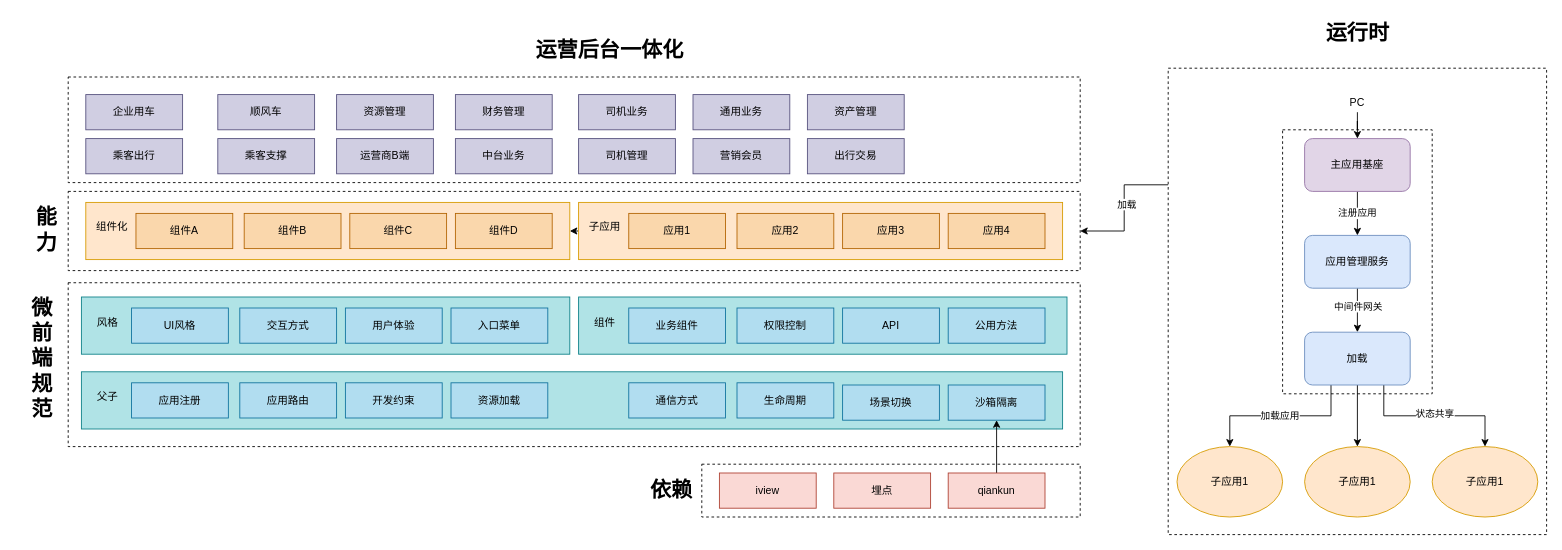
sfyr111/draw keeps this draw.io diagram as 统一工作台.drawio. Above is the earlier version. Source tidied: cells renumbered, new cells numbered last; positions are measured from the earlier drawing's top-left corner, leaving out a move shared by most shapes. Both pictures are drawn from the tidied source at 88%, with x=0, y=0 at pixel (15, 15).
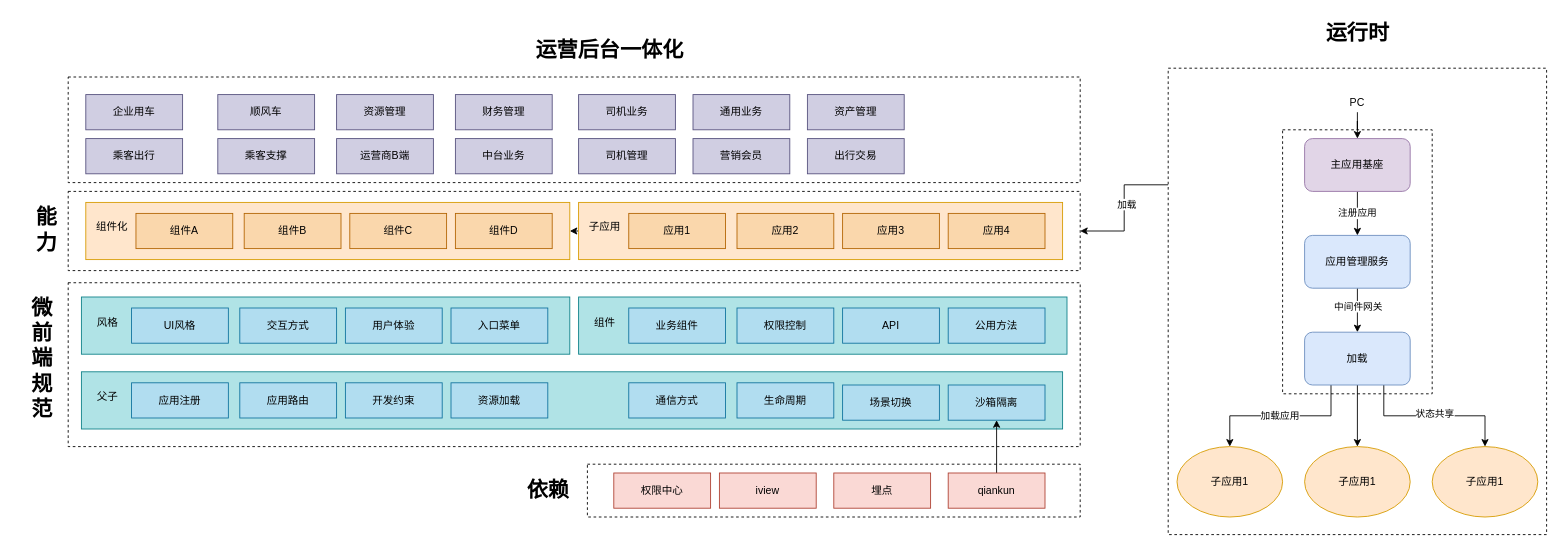
After the change.

What changed in the source:
```diff
@@
     <mxCell id="2" style="rounded=0;whiteSpace=wrap;html=1;dashed=1;" parent="1" vertex="1">
-      <mxGeometry x="780" y="510" width="430" height="60" as="geometry" />
+      <mxGeometry x="650" y="510" width="560" height="60" as="geometry" />
     </mxCell>
@@
     <mxCell id="66" value="依赖" style="text;strokeColor=none;fillColor=none;html=1;fontSize=24;fontStyle=1;verticalAlign=middle;align=center;" parent="1" vertex="1">
-      <mxGeometry x="720" y="506.2" width="50" height="67.5" as="geometry" />
+      <mxGeometry x="580" y="506.2" width="50" height="67.5" as="geometry" />
     </mxCell>
@@
+    <mxCell id="83" value="权限中心" style="rounded=0;whiteSpace=wrap;html=1;fillColor=#fad9d5;strokeColor=#ae4132;" parent="1" vertex="1">
+      <mxGeometry x="680" y="520" width="110" height="40" as="geometry" />
+    </mxCell>
```
